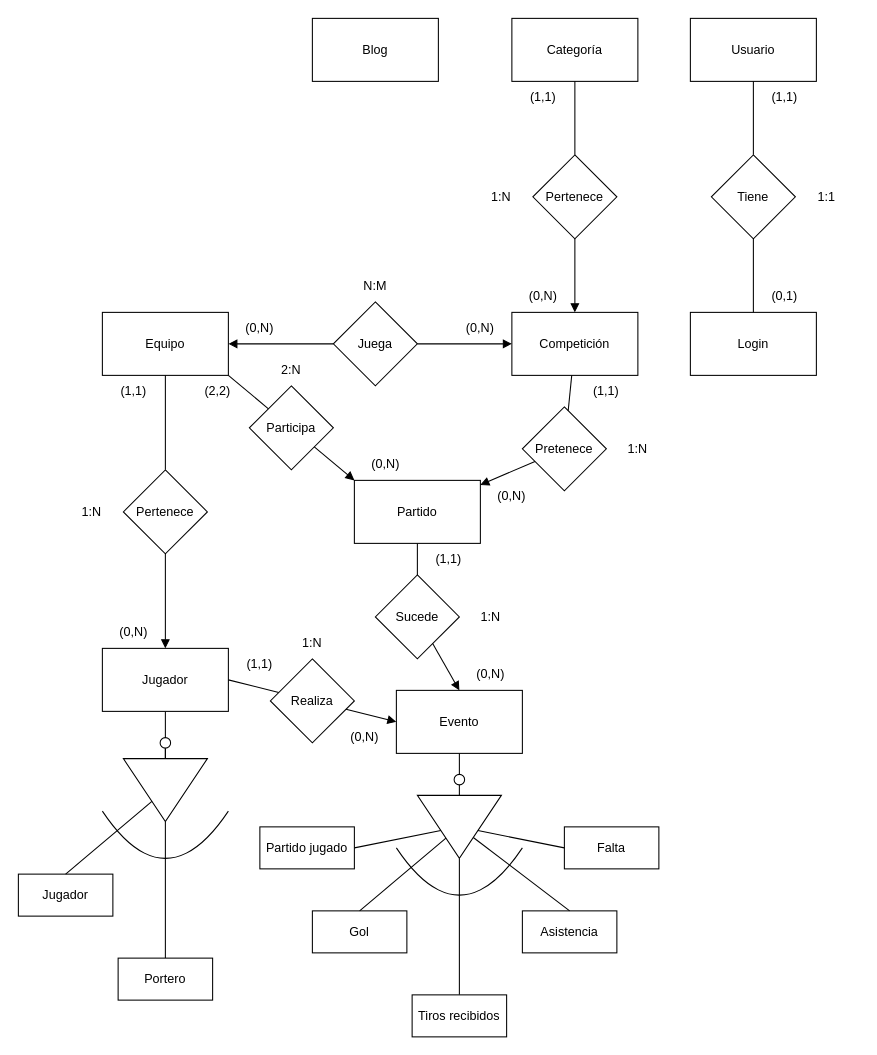
Earlier version of the draw.io diagram bd/design/diagramaERCochinillos.drawio (AlejandroS2I/cochinillos-voladores). Source tidied: cells renumbered, new cells numbered last; positions are measured from the earlier drawing's top-left corner, leaving out a move shared by most shapes. Both pictures are drawn from the tidied source at 105%, with x=0, y=0 at pixel (18, 18).
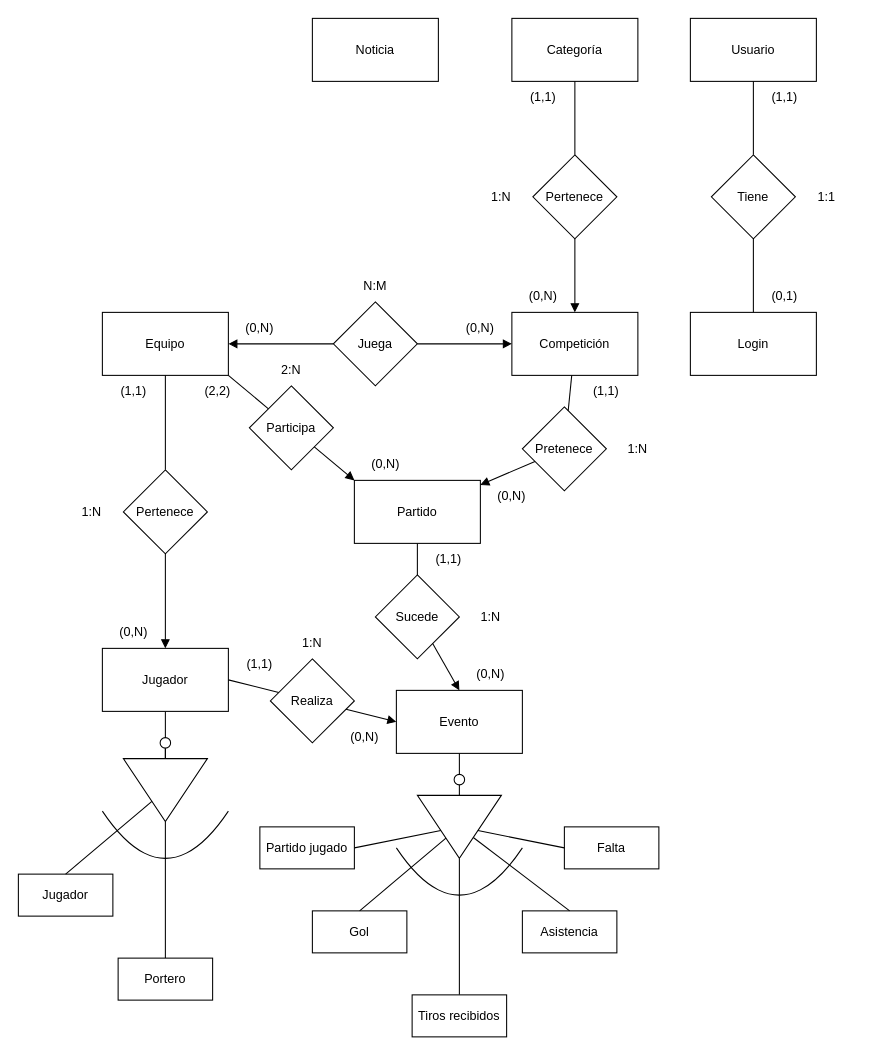
The same diagram, later.

Diff of the diagram source:
```diff
@@
-    <mxCell id="9" value="Blog" style="rounded=0;whiteSpace=wrap;html=1;" parent="1" vertex="1">
+    <mxCell id="9" value="Noticia" style="rounded=0;whiteSpace=wrap;html=1;" parent="1" vertex="1">
       <mxGeometry x="280" width="120" height="60" as="geometry" />
     </mxCell>
```
